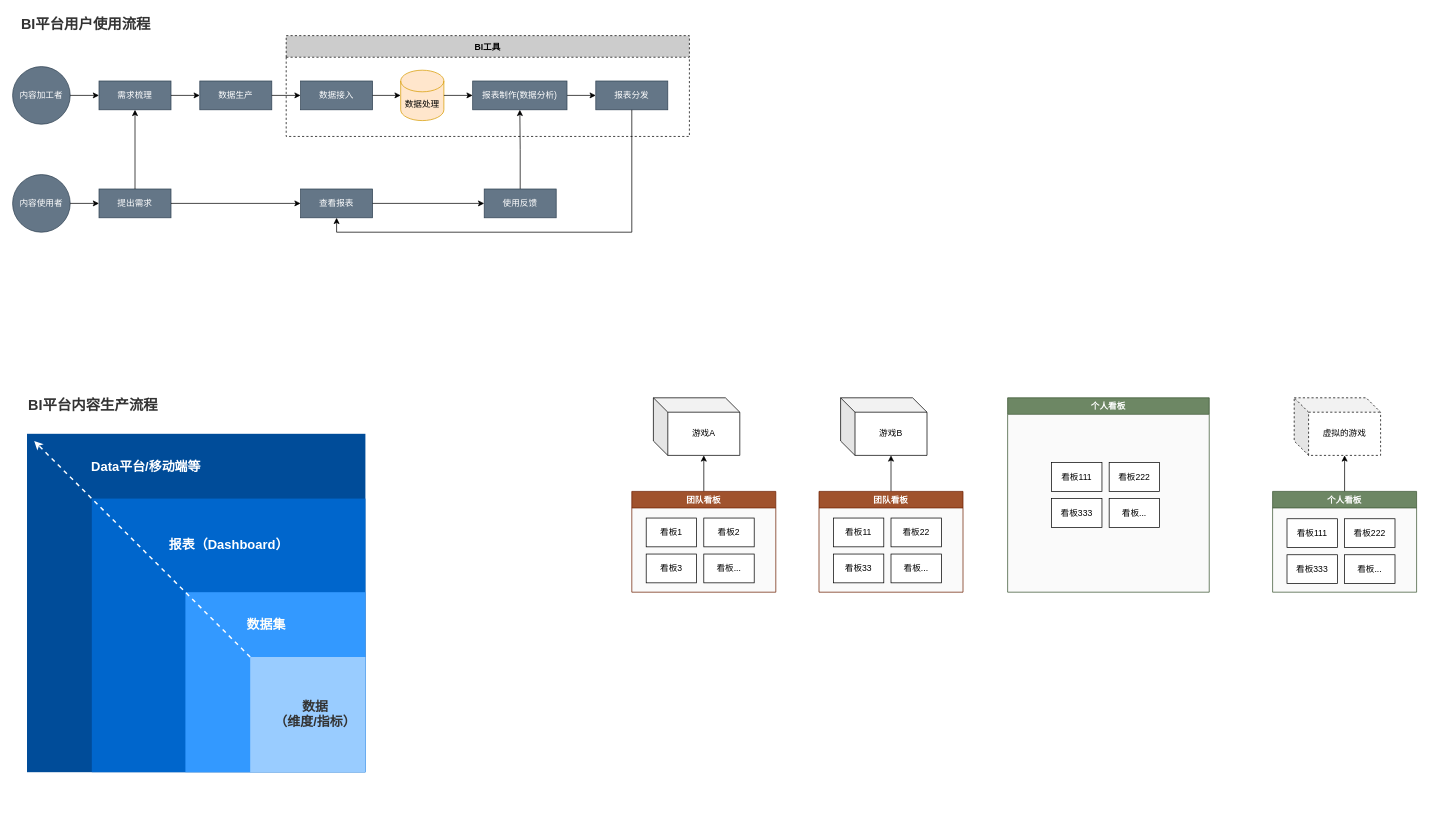
The draw.io diagram BI平台.drawio in yangbe/diagrams, before the edit. Source tidied: cells renumbered, new cells numbered last; positions are measured from the earlier drawing's top-left corner, leaving out a move shared by most shapes. Both pictures are drawn from the tidied source at 72%, with x=0, y=0 at pixel (12, 12).
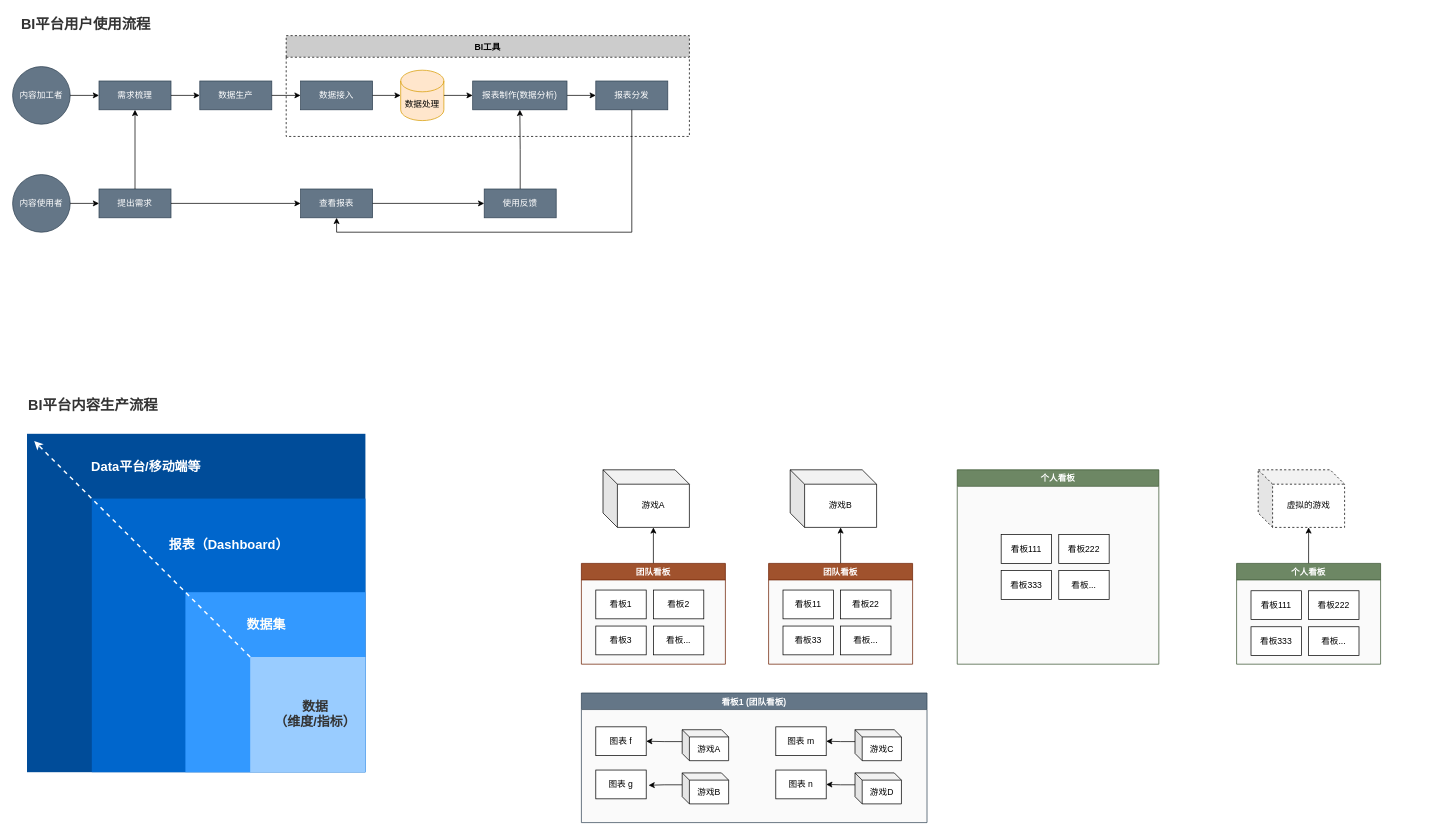
Above is the later version.

Diff of the diagram source:
```diff
@@
     <mxCell id="40" value="团队看板" style="swimlane;fillColor=#a0522d;strokeColor=#6D1F00;fontColor=#ffffff;swimlaneFillColor=#fafafa;" parent="1" vertex="1">
-      <mxGeometry x="860" y="665" width="200" height="140" as="geometry" />
+      <mxGeometry x="790" y="765" width="200" height="140" as="geometry" />
     </mxCell>
@@
     <mxCell id="45" value="游戏A" style="shape=cube;whiteSpace=wrap;html=1;boundedLbl=1;backgroundOutline=1;darkOpacity=0.05;darkOpacity2=0.1;strokeColor=#000000;" parent="1" vertex="1">
-      <mxGeometry x="890" y="535" width="120" height="80" as="geometry" />
+      <mxGeometry x="820" y="635" width="120" height="80" as="geometry" />
     </mxCell>
     <mxCell id="46" value="游戏B" style="shape=cube;whiteSpace=wrap;html=1;boundedLbl=1;backgroundOutline=1;darkOpacity=0.05;darkOpacity2=0.1;strokeColor=#000000;" parent="1" vertex="1">
-      <mxGeometry x="1150" y="535" width="120" height="80" as="geometry" />
+      <mxGeometry x="1080" y="635" width="120" height="80" as="geometry" />
     </mxCell>
@@
     <mxCell id="48" value="团队看板" style="swimlane;fillColor=#a0522d;strokeColor=#6D1F00;fontColor=#ffffff;swimlaneFillColor=#fafafa;" parent="1" vertex="1">
-      <mxGeometry x="1120" y="665" width="200" height="140" as="geometry" />
+      <mxGeometry x="1050" y="765" width="200" height="140" as="geometry" />
     </mxCell>
@@
     <mxCell id="53" value="个人看板" style="swimlane;fillColor=#6d8764;strokeColor=#3A5431;fontColor=#ffffff;swimlaneFillColor=#fafafa;" parent="1" vertex="1">
-      <mxGeometry x="1382" y="535" width="280" height="270" as="geometry" />
+      <mxGeometry x="1312" y="635" width="280" height="270" as="geometry" />
     </mxCell>
@@
     <mxCell id="58" value="虚拟的游戏" style="shape=cube;whiteSpace=wrap;html=1;boundedLbl=1;backgroundOutline=1;darkOpacity=0.05;darkOpacity2=0.1;strokeColor=#000000;dashed=1;" parent="1" vertex="1">
-      <mxGeometry x="1780" y="535" width="120" height="80" as="geometry" />
+      <mxGeometry x="1730" y="635" width="120" height="80" as="geometry" />
     </mxCell>
@@
     <mxCell id="60" value="个人看板" style="swimlane;fillColor=#6d8764;strokeColor=#3A5431;fontColor=#ffffff;swimlaneFillColor=#fafafa;" parent="1" vertex="1">
-      <mxGeometry x="1750" y="665" width="200" height="140" as="geometry" />
+      <mxGeometry x="1700" y="765" width="200" height="140" as="geometry" />
     </mxCell>
@@
+    <mxCell id="65" value="看板1 (团队看板)" style="swimlane;fillColor=#647687;strokeColor=#314354;swimlaneFillColor=#fafafa;fontColor=#ffffff;" parent="1" vertex="1">
+      <mxGeometry x="790" y="945" width="480" height="180" as="geometry" />
+    </mxCell>
+    <mxCell id="66" value="图表 f" style="rounded=0;whiteSpace=wrap;html=1;" parent="65" vertex="1">
+      <mxGeometry x="20" y="47" width="70" height="40" as="geometry" />
+    </mxCell>
+    <mxCell id="67" value="图表 g" style="rounded=0;whiteSpace=wrap;html=1;" parent="65" vertex="1">
+      <mxGeometry x="20" y="107" width="70" height="40" as="geometry" />
+    </mxCell>
+    <mxCell id="68" value="图表 m" style="rounded=0;whiteSpace=wrap;html=1;" parent="65" vertex="1">
+      <mxGeometry x="270" y="47" width="70" height="40" as="geometry" />
+    </mxCell>
+    <mxCell id="69" style="edgeStyle=orthogonalEdgeStyle;rounded=0;jettySize=auto;html=1;exitX=0;exitY=0;exitDx=0;exitDy=16.5;exitPerimeter=0;entryX=1;entryY=0.5;entryDx=0;entryDy=0;" parent="65" edge="1" source="70" target="66">
+      <mxGeometry relative="1" as="geometry" />
+    </mxCell>
+    <mxCell id="70" value="游戏A" style="shape=cube;whiteSpace=wrap;html=1;boundedLbl=1;backgroundOutline=1;darkOpacity=0.05;darkOpacity2=0.1;strokeColor=#000000;size=10;" parent="65" vertex="1">
+      <mxGeometry x="140" y="51" width="64.5" height="43" as="geometry" />
+    </mxCell>
+    <mxCell id="71" style="edgeStyle=orthogonalEdgeStyle;rounded=0;jettySize=auto;html=1;exitX=0;exitY=0;exitDx=0;exitDy=16.5;exitPerimeter=0;entryX=1.047;entryY=0.53;entryDx=0;entryDy=0;entryPerimeter=0;" parent="65" edge="1" source="72" target="67">
+      <mxGeometry relative="1" as="geometry" />
+    </mxCell>
+    <mxCell id="72" value="游戏B" style="shape=cube;whiteSpace=wrap;html=1;boundedLbl=1;backgroundOutline=1;darkOpacity=0.05;darkOpacity2=0.1;strokeColor=#000000;size=10;" parent="65" vertex="1">
+      <mxGeometry x="140" y="111" width="64.5" height="43" as="geometry" />
+    </mxCell>
+    <mxCell id="73" style="edgeStyle=orthogonalEdgeStyle;rounded=0;jettySize=auto;html=1;exitX=0;exitY=0;exitDx=0;exitDy=16.5;exitPerimeter=0;entryX=1;entryY=0.5;entryDx=0;entryDy=0;" parent="65" edge="1" source="74" target="68">
+      <mxGeometry relative="1" as="geometry" />
+    </mxCell>
+    <mxCell id="74" value="游戏C" style="shape=cube;whiteSpace=wrap;html=1;boundedLbl=1;backgroundOutline=1;darkOpacity=0.05;darkOpacity2=0.1;strokeColor=#000000;size=10;" parent="65" vertex="1">
+      <mxGeometry x="380" y="51" width="64.5" height="43" as="geometry" />
+    </mxCell>
+    <mxCell id="75" value="图表 n" style="rounded=0;whiteSpace=wrap;html=1;" parent="65" vertex="1">
+      <mxGeometry x="270" y="107" width="70" height="40" as="geometry" />
+    </mxCell>
+    <mxCell id="76" style="edgeStyle=orthogonalEdgeStyle;rounded=0;jettySize=auto;html=1;exitX=0;exitY=0;exitDx=0;exitDy=16.5;exitPerimeter=0;entryX=1;entryY=0.5;entryDx=0;entryDy=0;" parent="65" edge="1" source="77" target="75">
+      <mxGeometry relative="1" as="geometry" />
+    </mxCell>
+    <mxCell id="77" value="游戏D" style="shape=cube;whiteSpace=wrap;html=1;boundedLbl=1;backgroundOutline=1;darkOpacity=0.05;darkOpacity2=0.1;strokeColor=#000000;size=10;" parent="65" vertex="1">
+      <mxGeometry x="380" y="111" width="64.5" height="43" as="geometry" />
+    </mxCell>
```
